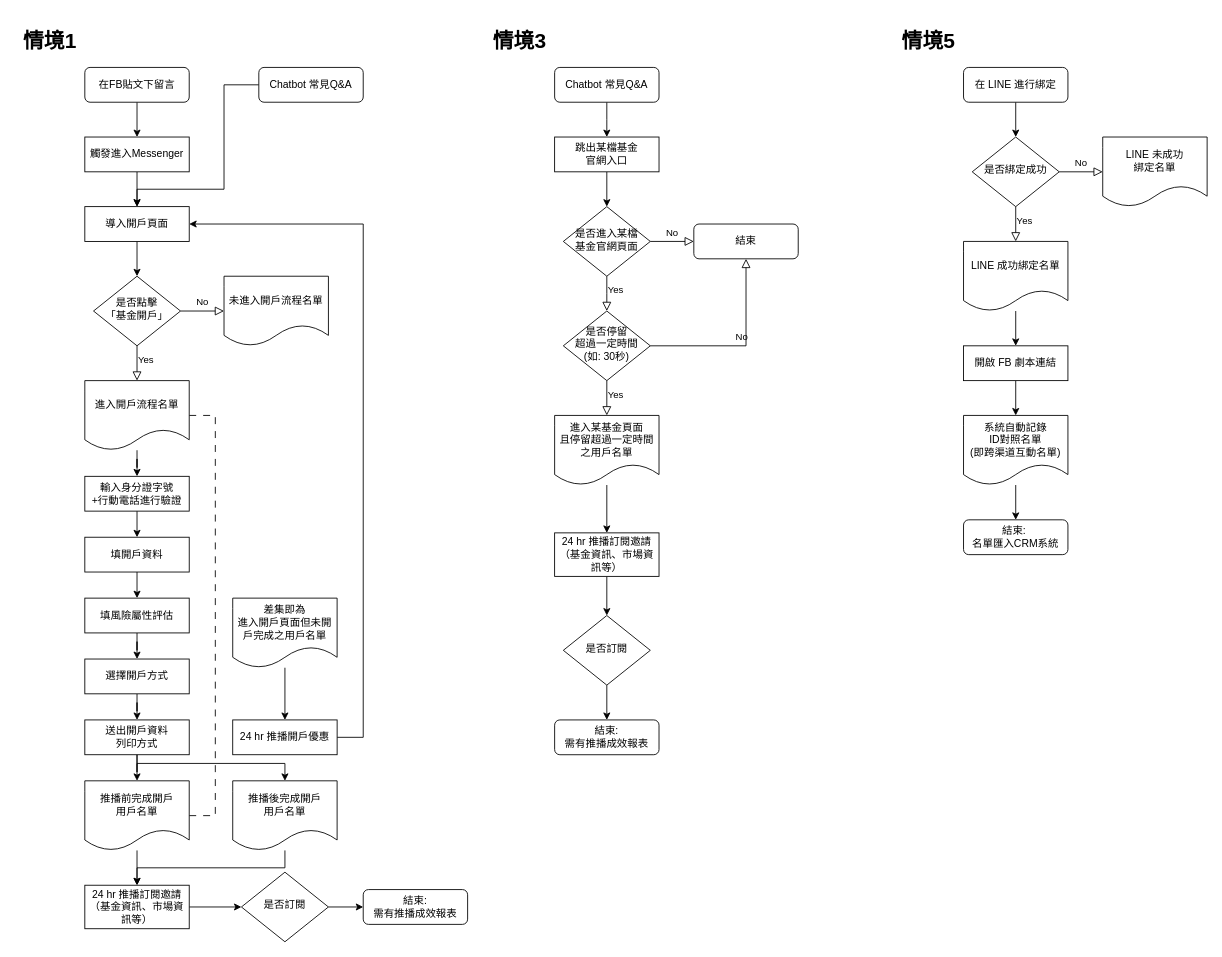
The draw.io diagram 富蘭克林專案_顧客旅程圖.drawio in julie-b05302301/diagram.io, before the edit. Source tidied: cells renumbered, new cells numbered last; positions are measured from the earlier drawing's top-left corner, leaving out a move shared by most shapes. Both pictures are drawn from the tidied source at 87%, with x=0, y=0 at pixel (15, 23).
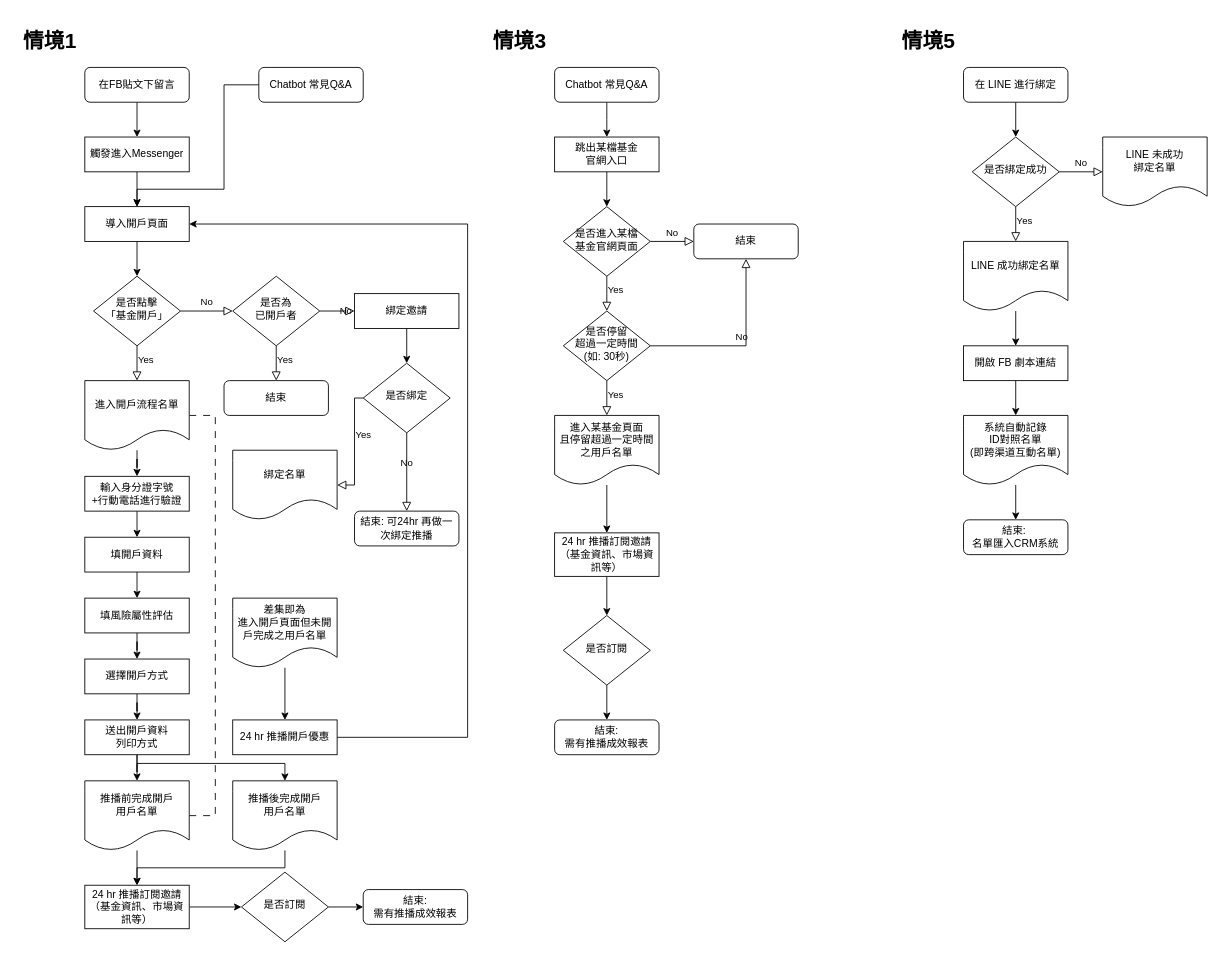
The same diagram, later.

Commit message:
更新富蘭克林專案_顧客旅程圖.drawio

Unchanged cells that the change refers to:
```xml
<mxCell id="9" value="導入開戶頁面" style="rounded=0;whiteSpace=wrap;html=1;" parent="1" vertex="1">
  <mxGeometry x="80" y="210" width="120" height="40" as="geometry" />
</mxCell>
<mxCell id="11" value="是否點擊&lt;br&gt;「基金開戶」" style="rhombus;whiteSpace=wrap;html=1;shadow=0;fontFamily=Helvetica;fontSize=12;align=center;strokeWidth=1;spacing=6;spacingTop=-4;" parent="1" vertex="1">
  <mxGeometry x="90" y="290" width="100" height="80" as="geometry" />
</mxCell>
<mxCell id="48" value="24 hr 推播開戶優惠" style="rounded=0;whiteSpace=wrap;html=1;" parent="1" vertex="1">
  <mxGeometry x="250" y="800" width="120" height="40" as="geometry" />
</mxCell>
```

What changed in the source:
```diff
@@
-    <mxCell id="4" value="No" style="edgeStyle=orthogonalEdgeStyle;rounded=0;html=1;jettySize=auto;fontSize=11;endArrow=block;endFill=0;endSize=8;strokeWidth=1;shadow=0;labelBackgroundColor=none;entryX=0;entryY=0.5;entryDx=0;entryDy=0;" parent="1" edge="1" source="11" target="12">
+    <mxCell id="4" value="No" style="edgeStyle=orthogonalEdgeStyle;rounded=0;html=1;jettySize=auto;fontSize=11;endArrow=block;endFill=0;endSize=8;strokeWidth=1;shadow=0;labelBackgroundColor=none;entryX=0;entryY=0.5;entryDx=0;entryDy=0;" parent="1" edge="1" source="11" target="75">
       <mxGeometry y="10" relative="1" as="geometry" />
     </mxCell>
@@
-    <mxCell id="12" value="未進入開戶流程名單" style="shape=document;whiteSpace=wrap;html=1;boundedLbl=1;" parent="1" vertex="1">
-      <mxGeometry x="240" y="290" width="120" height="80" as="geometry" />
-    </mxCell>
@@
     <mxCell id="46" style="edgeStyle=orthogonalEdgeStyle;rounded=0;jettySize=auto;html=1;startArrow=none;startFill=0;endArrow=classic;endFill=1;" parent="1" edge="1" source="48" target="9">
       <mxGeometry relative="1" as="geometry">
         <Array as="points">
-          <mxPoint x="400" y="820" />
-          <mxPoint x="400" y="230" />
+          <mxPoint x="520" y="820" />
+          <mxPoint x="520" y="230" />
         </Array>
       </mxGeometry>
     </mxCell>
@@
+    <mxCell id="75" value="是否為&lt;br&gt;已開戶者" style="rhombus;whiteSpace=wrap;html=1;shadow=0;fontFamily=Helvetica;fontSize=12;align=center;strokeWidth=1;spacing=6;spacingTop=-4;" parent="1" vertex="1">
+      <mxGeometry x="250" y="290" width="100" height="80" as="geometry" />
+    </mxCell>
+    <mxCell id="76" value="Yes" style="edgeStyle=orthogonalEdgeStyle;rounded=0;html=1;jettySize=auto;fontSize=11;endArrow=block;endFill=0;endSize=8;strokeWidth=1;shadow=0;labelBackgroundColor=none;exitX=0.5;exitY=1;exitDx=0;exitDy=0;entryX=0.5;entryY=0;entryDx=0;entryDy=0;" parent="1" edge="1" source="75" target="77">
+      <mxGeometry x="-0.2" y="10" relative="1" as="geometry" />
+    </mxCell>
+    <mxCell id="77" value="結束" style="rounded=1;whiteSpace=wrap;html=1;fontSize=12;glass=0;strokeWidth=1;shadow=0;" parent="1" vertex="1">
+      <mxGeometry x="240" y="410" width="120" height="40" as="geometry" />
+    </mxCell>
+    <mxCell id="78" value="No" style="edgeStyle=orthogonalEdgeStyle;rounded=0;html=1;jettySize=auto;fontSize=11;endArrow=block;endFill=0;endSize=8;strokeWidth=1;shadow=0;labelBackgroundColor=none;exitX=1;exitY=0.5;exitDx=0;exitDy=0;entryX=0;entryY=0.5;entryDx=0;entryDy=0;" parent="1" edge="1" source="75">
+      <mxGeometry y="10" relative="1" as="geometry">
+        <mxPoint x="390" y="330" as="targetPoint" />
+      </mxGeometry>
+    </mxCell>
+    <mxCell id="79" style="edgeStyle=orthogonalEdgeStyle;rounded=0;jettySize=auto;html=1;" parent="1" edge="1" source="80" target="81">
+      <mxGeometry relative="1" as="geometry" />
+    </mxCell>
+    <mxCell id="80" value="綁定邀請" style="rounded=0;whiteSpace=wrap;html=1;" parent="1" vertex="1">
+      <mxGeometry x="390" y="310" width="120" height="40" as="geometry" />
+    </mxCell>
+    <mxCell id="81" value="是否綁定" style="rhombus;whiteSpace=wrap;html=1;shadow=0;fontFamily=Helvetica;fontSize=12;align=center;strokeWidth=1;spacing=6;spacingTop=-4;" parent="1" vertex="1">
+      <mxGeometry x="400" y="390" width="100" height="80" as="geometry" />
+    </mxCell>
+    <mxCell id="82" value="Yes" style="edgeStyle=orthogonalEdgeStyle;rounded=0;html=1;jettySize=auto;fontSize=11;endArrow=block;endFill=0;endSize=8;strokeWidth=1;shadow=0;labelBackgroundColor=none;exitX=0;exitY=0.5;exitDx=0;exitDy=0;entryX=1;entryY=0.5;entryDx=0;entryDy=0;" parent="1" edge="1" source="81" target="83">
+      <mxGeometry x="-0.2" y="10" relative="1" as="geometry">
+        <Array as="points">
+          <mxPoint x="390" y="430" />
+          <mxPoint x="390" y="530" />
+        </Array>
+      </mxGeometry>
+    </mxCell>
+    <mxCell id="83" value="綁定名單" style="shape=document;whiteSpace=wrap;html=1;boundedLbl=1;" parent="1" vertex="1">
+      <mxGeometry x="250" y="490" width="120" height="80" as="geometry" />
+    </mxCell>
+    <mxCell id="84" value="No" style="edgeStyle=orthogonalEdgeStyle;rounded=0;html=1;jettySize=auto;fontSize=11;endArrow=block;endFill=0;endSize=8;strokeWidth=1;shadow=0;labelBackgroundColor=none;entryX=0.5;entryY=0;entryDx=0;entryDy=0;exitX=0.5;exitY=1;exitDx=0;exitDy=0;" parent="1" edge="1" source="81">
+      <mxGeometry y="10" relative="1" as="geometry">
+        <mxPoint x="450" y="560" as="targetPoint" />
+      </mxGeometry>
+    </mxCell>
+    <mxCell id="85" value="結束: 可24hr 再做一次綁定推播" style="rounded=1;whiteSpace=wrap;html=1;fontSize=12;glass=0;strokeWidth=1;shadow=0;" parent="1" vertex="1">
+      <mxGeometry x="390" y="560" width="120" height="40" as="geometry" />
+    </mxCell>
```
